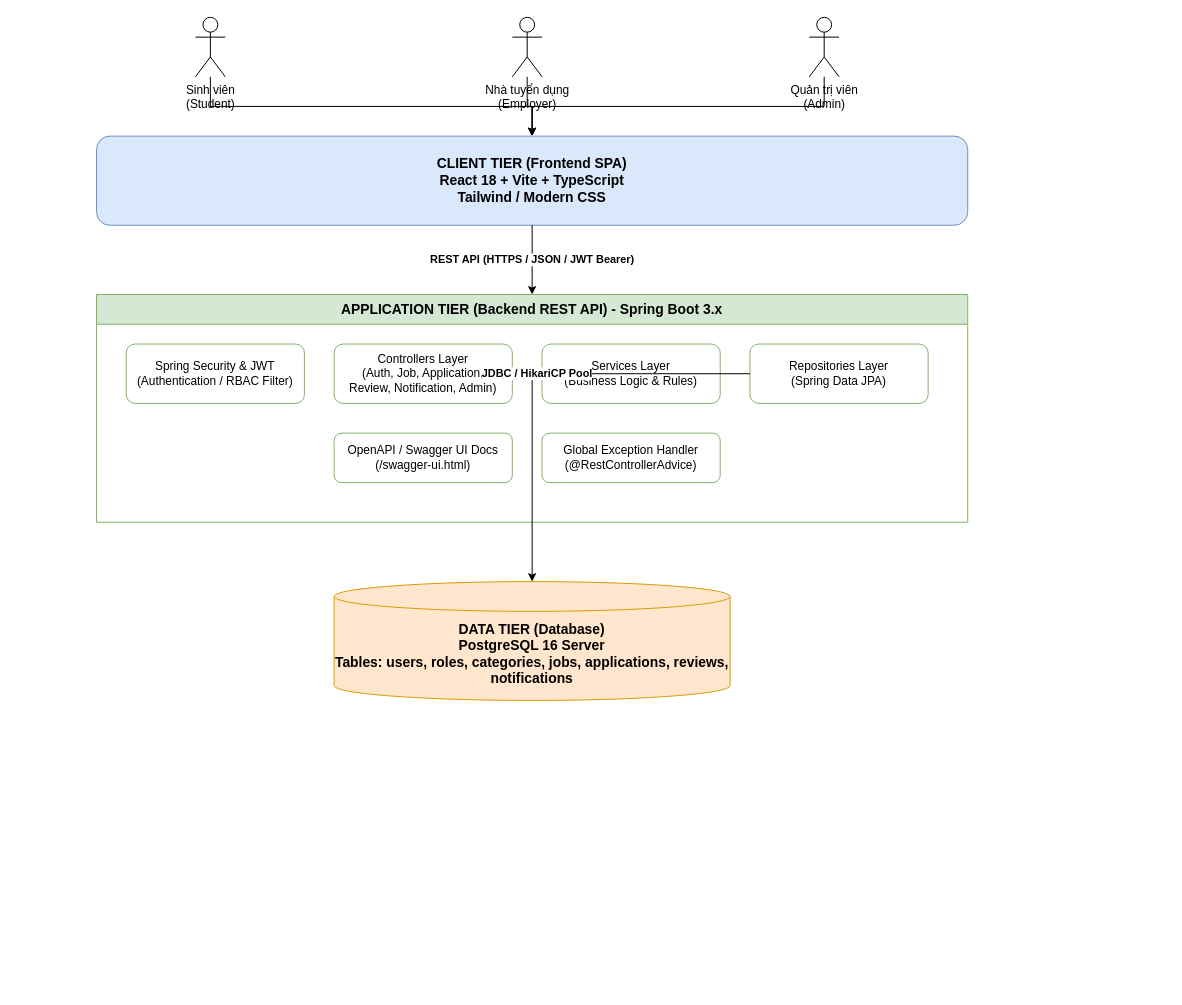
Earlier version of the draw.io diagram docs/architecture.drawio (Khoidep-zai/cdtn2-NguyenBaAnhKhoi-se). Source tidied: cells renumbered, new cells numbered last; positions are measured from the earlier drawing's top-left corner, leaving out a move shared by most shapes. Both pictures are drawn from the tidied source at 99%, with x=0, y=0 at pixel (96, 17).
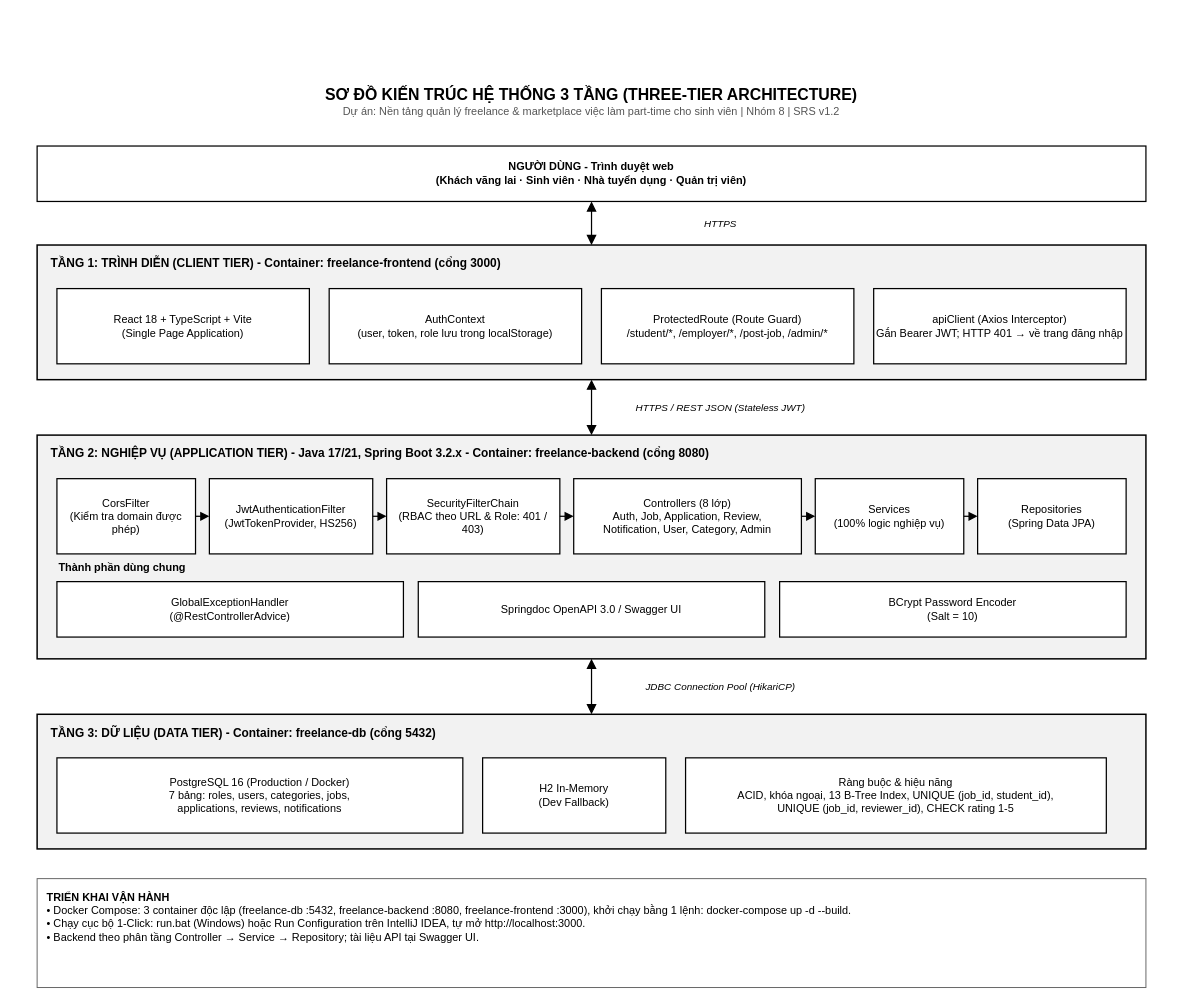
The same page after the edit.

Diff of the diagram source:
```diff
@@
-<mxGraphModel>
+<mxGraphModel background="#FFFFFF">
@@
-    <mxCell id="2" value="CLIENT TIER (Frontend SPA)&#10;React 18 + Vite + TypeScript&#10;Tailwind / Modern CSS" style="rounded=1;whiteSpace=wrap;html=1;fillColor=#dae8fc;strokeColor=#6c8ebf;fontStyle=1;fontSize=14;" parent="1" vertex="1">
-      <mxGeometry y="120" width="880" height="90" as="geometry" />
-    </mxCell>
-    <mxCell id="3" value="Sinh viên&#10;(Student)" style="shape=umlActor;verticalLabelPosition=bottom;verticalAlign=top;html=1;outlineConnect=0;" parent="1" vertex="1">
-      <mxGeometry x="100" width="30" height="60" as="geometry" />
-    </mxCell>
-    <mxCell id="4" value="Nhà tuyển dụng&#10;(Employer)" style="shape=umlActor;verticalLabelPosition=bottom;verticalAlign=top;html=1;outlineConnect=0;" parent="1" vertex="1">
-      <mxGeometry x="420" width="30" height="60" as="geometry" />
-    </mxCell>
-    <mxCell id="5" value="Quản trị viên&#10;(Admin)" style="shape=umlActor;verticalLabelPosition=bottom;verticalAlign=top;html=1;outlineConnect=0;" parent="1" vertex="1">
-      <mxGeometry x="720" width="30" height="60" as="geometry" />
-    </mxCell>
-    <mxCell id="6" style="edgeStyle=orthogonalEdgeStyle;rounded=0;jettySize=auto;html=1;" parent="1" edge="1" source="3" target="2">
-      <mxGeometry relative="1" as="geometry" />
-    </mxCell>
-    <mxCell id="7" style="edgeStyle=orthogonalEdgeStyle;rounded=0;jettySize=auto;html=1;" parent="1" edge="1" source="4" target="2">
-      <mxGeometry relative="1" as="geometry" />
-    </mxCell>
-    <mxCell id="8" style="edgeStyle=orthogonalEdgeStyle;rounded=0;jettySize=auto;html=1;" parent="1" edge="1" source="5" target="2">
-      <mxGeometry relative="1" as="geometry" />
-    </mxCell>
-    <mxCell id="9" value="REST API (HTTPS / JSON / JWT Bearer)" style="edgeStyle=orthogonalEdgeStyle;rounded=0;jettySize=auto;html=1;fontStyle=1;" parent="1" edge="1" source="2" target="10">
-      <mxGeometry relative="1" as="geometry" />
-    </mxCell>
-    <mxCell id="10" value="APPLICATION TIER (Backend REST API) - Spring Boot 3.x" style="swimlane;whiteSpace=wrap;html=1;fillColor=#d5e8d4;strokeColor=#82b366;fontStyle=1;fontSize=14;startSize=30;" parent="1" vertex="1">
-      <mxGeometry y="280" width="880" height="230" as="geometry" />
-    </mxCell>
-    <mxCell id="11" value="Spring Security &amp; JWT&#10;(Authentication / RBAC Filter)" style="rounded=1;whiteSpace=wrap;html=1;fillColor=#ffffff;strokeColor=#82b366;" parent="10" vertex="1">
-      <mxGeometry x="30" y="50" width="180" height="60" as="geometry" />
-    </mxCell>
-    <mxCell id="12" value="Controllers Layer&#10;(Auth, Job, Application,&#10;Review, Notification, Admin)" style="rounded=1;whiteSpace=wrap;html=1;fillColor=#ffffff;strokeColor=#82b366;" parent="10" vertex="1">
-      <mxGeometry x="240" y="50" width="180" height="60" as="geometry" />
-    </mxCell>
-    <mxCell id="13" value="Services Layer&#10;(Business Logic &amp; Rules)" style="rounded=1;whiteSpace=wrap;html=1;fillColor=#ffffff;strokeColor=#82b366;" parent="10" vertex="1">
-      <mxGeometry x="450" y="50" width="180" height="60" as="geometry" />
-    </mxCell>
-    <mxCell id="14" value="Repositories Layer&#10;(Spring Data JPA)" style="rounded=1;whiteSpace=wrap;html=1;fillColor=#ffffff;strokeColor=#82b366;" parent="10" vertex="1">
-      <mxGeometry x="660" y="50" width="180" height="60" as="geometry" />
-    </mxCell>
-    <mxCell id="15" value="OpenAPI / Swagger UI Docs&#10;(/swagger-ui.html)" style="rounded=1;whiteSpace=wrap;html=1;fillColor=#ffffff;strokeColor=#82b366;" parent="10" vertex="1">
-      <mxGeometry x="240" y="140" width="180" height="50" as="geometry" />
-    </mxCell>
-    <mxCell id="16" value="Global Exception Handler&#10;(@RestControllerAdvice)" style="rounded=1;whiteSpace=wrap;html=1;fillColor=#ffffff;strokeColor=#82b366;" parent="10" vertex="1">
-      <mxGeometry x="450" y="140" width="180" height="50" as="geometry" />
-    </mxCell>
-    <mxCell id="17" value="DATA TIER (Database)&#10;PostgreSQL 16 Server&#10;Tables: users, roles, categories, jobs, applications, reviews, notifications" style="shape=cylinder3;whiteSpace=wrap;html=1;boundedLbl=1;backgroundOutline=1;size=15;fillColor=#ffe6cc;strokeColor=#d79b00;fontStyle=1;fontSize=14;" parent="1" vertex="1">
-      <mxGeometry x="240" y="570" width="400" height="120" as="geometry" />
-    </mxCell>
-    <mxCell id="18" value="JDBC / HikariCP Pool" style="edgeStyle=orthogonalEdgeStyle;rounded=0;jettySize=auto;html=1;fontStyle=1;" parent="1" edge="1" source="14" target="17">
-      <mxGeometry relative="1" as="geometry" />
-    </mxCell>
+    <mxCell id="19" value="&lt;b style=&quot;font-size:16px&quot;&gt;SƠ ĐỒ KIẾN TRÚC HỆ THỐNG 3 TẦNG (THREE-TIER ARCHITECTURE)&lt;/b&gt;&lt;br&gt;&lt;font style=&quot;font-size:11px&quot; color=&quot;#555555&quot;&gt;Dự án: Nền tảng quản lý freelance &amp;amp; marketplace việc làm part-time cho sinh viên | Nhóm 8 | SRS v1.2&lt;/font&gt;" style="text;html=1;align=center;verticalAlign=middle;whiteSpace=wrap;fontColor=#000000;" parent="1" vertex="1">
+      <mxGeometry x="-80" y="60" width="1160" height="50" as="geometry" />
+    </mxCell>
+    <mxCell id="20" value="NGƯỜI DÙNG - Trình duyệt web&lt;br&gt;(Khách vãng lai · Sinh viên · Nhà tuyển dụng · Quản trị viên)" style="rounded=0;html=1;whiteSpace=wrap;fillColor=#FFFFFF;strokeColor=#000000;strokeWidth=1.25;fontColor=#000000;fontSize=11;fontStyle=1;" parent="1" vertex="1">
+      <mxGeometry x="-60" y="130" width="1120" height="56" as="geometry" />
+    </mxCell>
+    <mxCell id="21" style="rounded=0;html=1;fillColor=#F2F2F2;strokeColor=#000000;strokeWidth=1.5;" parent="1" vertex="1">
+      <mxGeometry x="-60" y="230" width="1120" height="136" as="geometry" />
+    </mxCell>
+    <mxCell id="22" value="&lt;b&gt;TẦNG 1: TRÌNH DIỄN (CLIENT TIER) - Container: freelance-frontend (cổng 3000)&lt;/b&gt;" style="text;html=1;whiteSpace=wrap;verticalAlign=middle;fontColor=#000000;fontSize=11;align=left;fontSize=12;" parent="21" vertex="1">
+      <mxGeometry x="12" y="6" width="1090" height="26" as="geometry" />
+    </mxCell>
+    <mxCell id="23" value="React 18 + TypeScript + Vite&lt;br&gt;(Single Page Application)" style="rounded=0;html=1;whiteSpace=wrap;fillColor=#FFFFFF;strokeColor=#000000;strokeWidth=1.25;fontColor=#000000;fontSize=11;" parent="21" vertex="1">
+      <mxGeometry x="20" y="44" width="255" height="76" as="geometry" />
+    </mxCell>
+    <mxCell id="24" value="AuthContext&lt;br&gt;(user, token, role lưu trong localStorage)" style="rounded=0;html=1;whiteSpace=wrap;fillColor=#FFFFFF;strokeColor=#000000;strokeWidth=1.25;fontColor=#000000;fontSize=11;" parent="21" vertex="1">
+      <mxGeometry x="295" y="44" width="255" height="76" as="geometry" />
+    </mxCell>
+    <mxCell id="25" value="ProtectedRoute (Route Guard)&lt;br&gt;/student/*, /employer/*, /post-job, /admin/*" style="rounded=0;html=1;whiteSpace=wrap;fillColor=#FFFFFF;strokeColor=#000000;strokeWidth=1.25;fontColor=#000000;fontSize=11;" parent="21" vertex="1">
+      <mxGeometry x="570" y="44" width="255" height="76" as="geometry" />
+    </mxCell>
+    <mxCell id="26" value="apiClient (Axios Interceptor)&lt;br&gt;Gắn Bearer JWT; HTTP 401 → về trang đăng nhập" style="rounded=0;html=1;whiteSpace=wrap;fillColor=#FFFFFF;strokeColor=#000000;strokeWidth=1.25;fontColor=#000000;fontSize=11;" parent="21" vertex="1">
+      <mxGeometry x="845" y="44" width="255" height="76" as="geometry" />
+    </mxCell>
+    <mxCell id="27" style="rounded=0;html=1;fillColor=#F2F2F2;strokeColor=#000000;strokeWidth=1.5;" parent="1" vertex="1">
+      <mxGeometry x="-60" y="422" width="1120" height="226" as="geometry" />
+    </mxCell>
+    <mxCell id="28" value="&lt;b&gt;TẦNG 2: NGHIỆP VỤ (APPLICATION TIER) - Java 17/21, Spring Boot 3.2.x - Container: freelance-backend (cổng 8080)&lt;/b&gt;" style="text;html=1;whiteSpace=wrap;verticalAlign=middle;fontColor=#000000;fontSize=11;align=left;fontSize=12;" parent="27" vertex="1">
+      <mxGeometry x="12" y="6" width="1090" height="26" as="geometry" />
+    </mxCell>
+    <mxCell id="29" value="CorsFilter&lt;br&gt;(Kiểm tra domain được phép)" style="rounded=0;html=1;whiteSpace=wrap;fillColor=#FFFFFF;strokeColor=#000000;strokeWidth=1.25;fontColor=#000000;fontSize=11;" parent="27" vertex="1">
+      <mxGeometry x="20" y="44" width="140" height="76" as="geometry" />
+    </mxCell>
+    <mxCell id="30" value="JwtAuthenticationFilter&lt;br&gt;(JwtTokenProvider, HS256)" style="rounded=0;html=1;whiteSpace=wrap;fillColor=#FFFFFF;strokeColor=#000000;strokeWidth=1.25;fontColor=#000000;fontSize=11;" parent="27" vertex="1">
+      <mxGeometry x="174" y="44" width="165" height="76" as="geometry" />
+    </mxCell>
+    <mxCell id="31" value="SecurityFilterChain&lt;br&gt;(RBAC theo URL &amp;amp; Role: 401 / 403)" style="rounded=0;html=1;whiteSpace=wrap;fillColor=#FFFFFF;strokeColor=#000000;strokeWidth=1.25;fontColor=#000000;fontSize=11;" parent="27" vertex="1">
+      <mxGeometry x="353" y="44" width="175" height="76" as="geometry" />
+    </mxCell>
+    <mxCell id="32" value="Controllers (8 lớp)&lt;br&gt;Auth, Job, Application, Review,&lt;br&gt;Notification, User, Category, Admin" style="rounded=0;html=1;whiteSpace=wrap;fillColor=#FFFFFF;strokeColor=#000000;strokeWidth=1.25;fontColor=#000000;fontSize=11;" parent="27" vertex="1">
+      <mxGeometry x="542" y="44" width="230" height="76" as="geometry" />
+    </mxCell>
+    <mxCell id="33" value="Services&lt;br&gt;(100% logic nghiệp vụ)" style="rounded=0;html=1;whiteSpace=wrap;fillColor=#FFFFFF;strokeColor=#000000;strokeWidth=1.25;fontColor=#000000;fontSize=11;" parent="27" vertex="1">
+      <mxGeometry x="786" y="44" width="150" height="76" as="geometry" />
+    </mxCell>
+    <mxCell id="34" value="Repositories&lt;br&gt;(Spring Data JPA)" style="rounded=0;html=1;whiteSpace=wrap;fillColor=#FFFFFF;strokeColor=#000000;strokeWidth=1.25;fontColor=#000000;fontSize=11;" parent="27" vertex="1">
+      <mxGeometry x="950" y="44" width="150" height="76" as="geometry" />
+    </mxCell>
+    <mxCell id="35" value="&lt;b&gt;Thành phần dùng chung&lt;/b&gt;" style="text;html=1;whiteSpace=wrap;verticalAlign=middle;fontColor=#000000;fontSize=11;align=left;" parent="27" vertex="1">
+      <mxGeometry x="20" y="124" width="400" height="20" as="geometry" />
+    </mxCell>
+    <mxCell id="36" value="GlobalExceptionHandler&lt;br&gt;(@RestControllerAdvice)" style="rounded=0;html=1;whiteSpace=wrap;fillColor=#FFFFFF;strokeColor=#000000;strokeWidth=1.25;fontColor=#000000;fontSize=11;" parent="27" vertex="1">
+      <mxGeometry x="20" y="148" width="350" height="56" as="geometry" />
+    </mxCell>
+    <mxCell id="37" value="Springdoc OpenAPI 3.0 / Swagger UI" style="rounded=0;html=1;whiteSpace=wrap;fillColor=#FFFFFF;strokeColor=#000000;strokeWidth=1.25;fontColor=#000000;fontSize=11;" parent="27" vertex="1">
+      <mxGeometry x="385" y="148" width="350" height="56" as="geometry" />
+    </mxCell>
+    <mxCell id="38" value="BCrypt Password Encoder&lt;br&gt;(Salt = 10)" style="rounded=0;html=1;whiteSpace=wrap;fillColor=#FFFFFF;strokeColor=#000000;strokeWidth=1.25;fontColor=#000000;fontSize=11;" parent="27" vertex="1">
+      <mxGeometry x="750" y="148" width="350" height="56" as="geometry" />
+    </mxCell>
+    <mxCell id="39" style="rounded=0;html=1;fillColor=#F2F2F2;strokeColor=#000000;strokeWidth=1.5;" parent="1" vertex="1">
+      <mxGeometry x="-60" y="704" width="1120" height="136" as="geometry" />
+    </mxCell>
+    <mxCell id="40" value="&lt;b&gt;TẦNG 3: DỮ LIỆU (DATA TIER) - Container: freelance-db (cổng 5432)&lt;/b&gt;" style="text;html=1;whiteSpace=wrap;verticalAlign=middle;fontColor=#000000;fontSize=11;align=left;fontSize=12;" parent="39" vertex="1">
+      <mxGeometry x="12" y="6" width="1090" height="26" as="geometry" />
+    </mxCell>
+    <mxCell id="41" value="PostgreSQL 16 (Production / Docker)&lt;br&gt;7 bảng: roles, users, categories, jobs,&lt;br&gt;applications, reviews, notifications" style="rounded=0;html=1;whiteSpace=wrap;fillColor=#FFFFFF;strokeColor=#000000;strokeWidth=1.25;fontColor=#000000;fontSize=11;" parent="39" vertex="1">
+      <mxGeometry x="20" y="44" width="410" height="76" as="geometry" />
+    </mxCell>
+    <mxCell id="42" value="H2 In-Memory&lt;br&gt;(Dev Fallback)" style="rounded=0;html=1;whiteSpace=wrap;fillColor=#FFFFFF;strokeColor=#000000;strokeWidth=1.25;fontColor=#000000;fontSize=11;" parent="39" vertex="1">
+      <mxGeometry x="450" y="44" width="185" height="76" as="geometry" />
+    </mxCell>
+    <mxCell id="43" value="Ràng buộc &amp;amp; hiệu năng&lt;br&gt;ACID, khóa ngoại, 13 B-Tree Index, UNIQUE (job_id, student_id),&lt;br&gt;UNIQUE (job_id, reviewer_id), CHECK rating 1-5" style="rounded=0;html=1;whiteSpace=wrap;fillColor=#FFFFFF;strokeColor=#000000;strokeWidth=1.25;fontColor=#000000;fontSize=11;" parent="39" vertex="1">
+      <mxGeometry x="655" y="44" width="425" height="76" as="geometry" />
+    </mxCell>
+    <mxCell id="44" value="HTTPS" style="edgeStyle=none;html=1;rounded=0;startArrow=block;startFill=1;endArrow=block;endFill=1;startSize=7;endSize=7;strokeColor=#000000;strokeWidth=1.25;fontSize=10;fontStyle=2;fontColor=#000000;labelBackgroundColor=#FFFFFF;exitX=0.5;exitY=1;exitDx=0;exitDy=0;entryX=0.5;entryY=0;entryDx=0;entryDy=0;" parent="1" edge="1" source="20" target="21">
+      <mxGeometry relative="1" as="geometry">
+        <mxPoint x="130" as="offset" />
+      </mxGeometry>
+    </mxCell>
+    <mxCell id="45" value="HTTPS / REST JSON (Stateless JWT)" style="edgeStyle=none;html=1;rounded=0;startArrow=block;startFill=1;endArrow=block;endFill=1;startSize=7;endSize=7;strokeColor=#000000;strokeWidth=1.25;fontSize=10;fontStyle=2;fontColor=#000000;labelBackgroundColor=#FFFFFF;exitX=0.5;exitY=1;exitDx=0;exitDy=0;entryX=0.5;entryY=0;entryDx=0;entryDy=0;" parent="1" edge="1" source="21" target="27">
+      <mxGeometry relative="1" as="geometry">
+        <mxPoint x="130" as="offset" />
+      </mxGeometry>
+    </mxCell>
+    <mxCell id="46" value="JDBC Connection Pool (HikariCP)" style="edgeStyle=none;html=1;rounded=0;startArrow=block;startFill=1;endArrow=block;endFill=1;startSize=7;endSize=7;strokeColor=#000000;strokeWidth=1.25;fontSize=10;fontStyle=2;fontColor=#000000;labelBackgroundColor=#FFFFFF;exitX=0.5;exitY=1;exitDx=0;exitDy=0;entryX=0.5;entryY=0;entryDx=0;entryDy=0;" parent="1" edge="1" source="27" target="39">
+      <mxGeometry relative="1" as="geometry">
+        <mxPoint x="130" as="offset" />
+      </mxGeometry>
+    </mxCell>
+    <mxCell id="47" style="edgeStyle=none;html=1;rounded=0;endArrow=block;endFill=1;endSize=6;strokeColor=#000000;strokeWidth=1.25;exitX=1;exitY=0.5;exitDx=0;exitDy=0;entryX=0;entryY=0.5;entryDx=0;entryDy=0;" parent="1" edge="1" source="29" target="30">
+      <mxGeometry relative="1" as="geometry">
+        <mxPoint x="130" as="offset" />
+      </mxGeometry>
+    </mxCell>
+    <mxCell id="48" style="edgeStyle=none;html=1;rounded=0;endArrow=block;endFill=1;endSize=6;strokeColor=#000000;strokeWidth=1.25;exitX=1;exitY=0.5;exitDx=0;exitDy=0;entryX=0;entryY=0.5;entryDx=0;entryDy=0;" parent="1" edge="1" source="30" target="31">
+      <mxGeometry relative="1" as="geometry">
+        <mxPoint x="130" as="offset" />
+      </mxGeometry>
+    </mxCell>
+    <mxCell id="49" style="edgeStyle=none;html=1;rounded=0;endArrow=block;endFill=1;endSize=6;strokeColor=#000000;strokeWidth=1.25;exitX=1;exitY=0.5;exitDx=0;exitDy=0;entryX=0;entryY=0.5;entryDx=0;entryDy=0;" parent="1" edge="1" source="31" target="32">
+      <mxGeometry relative="1" as="geometry">
+        <mxPoint x="130" as="offset" />
+      </mxGeometry>
+    </mxCell>
+    <mxCell id="50" style="edgeStyle=none;html=1;rounded=0;endArrow=block;endFill=1;endSize=6;strokeColor=#000000;strokeWidth=1.25;exitX=1;exitY=0.5;exitDx=0;exitDy=0;entryX=0;entryY=0.5;entryDx=0;entryDy=0;" parent="1" edge="1" source="32" target="33">
+      <mxGeometry relative="1" as="geometry">
+        <mxPoint x="130" as="offset" />
+      </mxGeometry>
+    </mxCell>
+    <mxCell id="51" style="edgeStyle=none;html=1;rounded=0;endArrow=block;endFill=1;endSize=6;strokeColor=#000000;strokeWidth=1.25;exitX=1;exitY=0.5;exitDx=0;exitDy=0;entryX=0;entryY=0.5;entryDx=0;entryDy=0;" parent="1" edge="1" source="33" target="34">
+      <mxGeometry relative="1" as="geometry">
+        <mxPoint x="130" as="offset" />
+      </mxGeometry>
+    </mxCell>
+    <mxCell id="52" style="rounded=0;html=1;fillColor=#FFFFFF;strokeColor=#666666;strokeWidth=1;" parent="1" vertex="1">
+      <mxGeometry x="-60" y="870" width="1120" height="110" as="geometry" />
+    </mxCell>
+    <mxCell id="53" value="&lt;b&gt;TRIỂN KHAI VẬN HÀNH&lt;/b&gt;&lt;br&gt;• Docker Compose: 3 container độc lập (freelance-db :5432, freelance-backend :8080, freelance-frontend :3000), khởi chạy bằng 1 lệnh: docker-compose up -d --build.&lt;br&gt;• Chạy cục bộ 1-Click: run.bat (Windows) hoặc Run Configuration trên IntelliJ IDEA, tự mở http://localhost:3000.&lt;br&gt;• Backend theo phân tầng Controller → Service → Repository; tài liệu API tại Swagger UI." style="text;html=1;whiteSpace=wrap;verticalAlign=middle;fontColor=#000000;fontSize=11;align=left;verticalAlign=top;spacingLeft=8;spacingTop=6;" parent="1" vertex="1">
+      <mxGeometry x="-60" y="870" width="1120" height="110" as="geometry" />
+    </mxCell>
```
